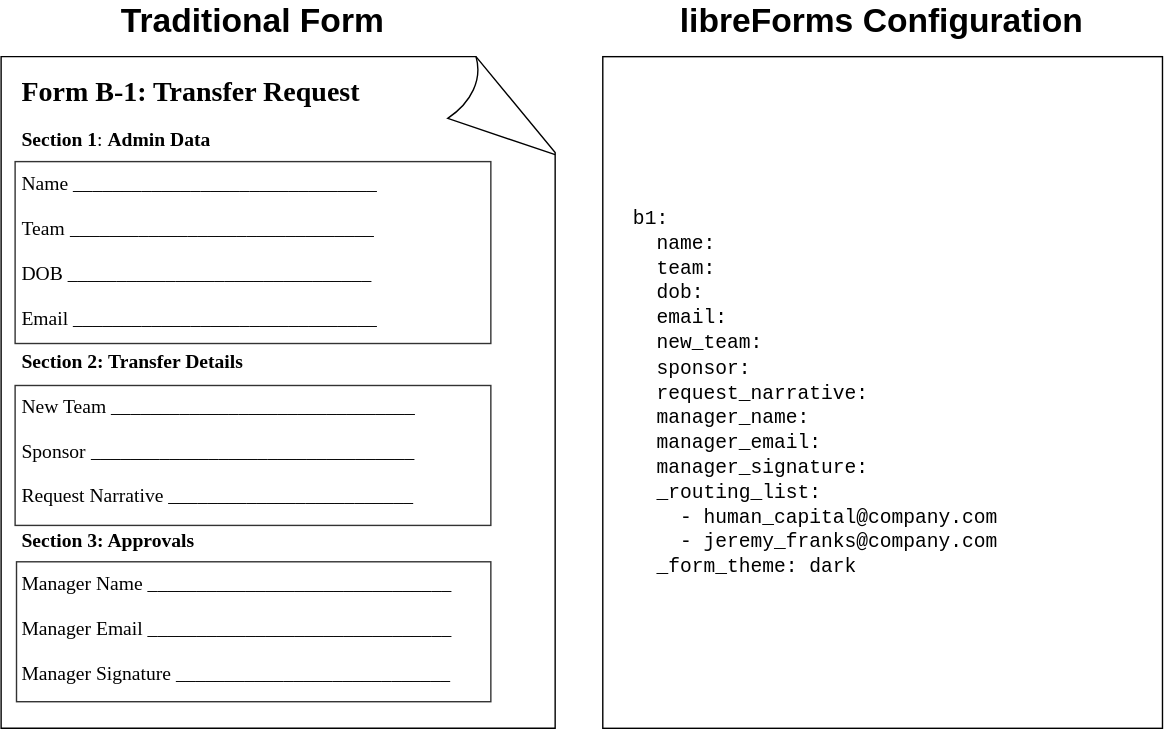
libreForms/spec keeps this draw.io diagram as assets/Example_form.drawio.svg. Above is the earlier version. Source tidied: cells renumbered, new cells last; positions are measured from the earlier drawing's top-left corner, leaving out a move shared by most shapes.
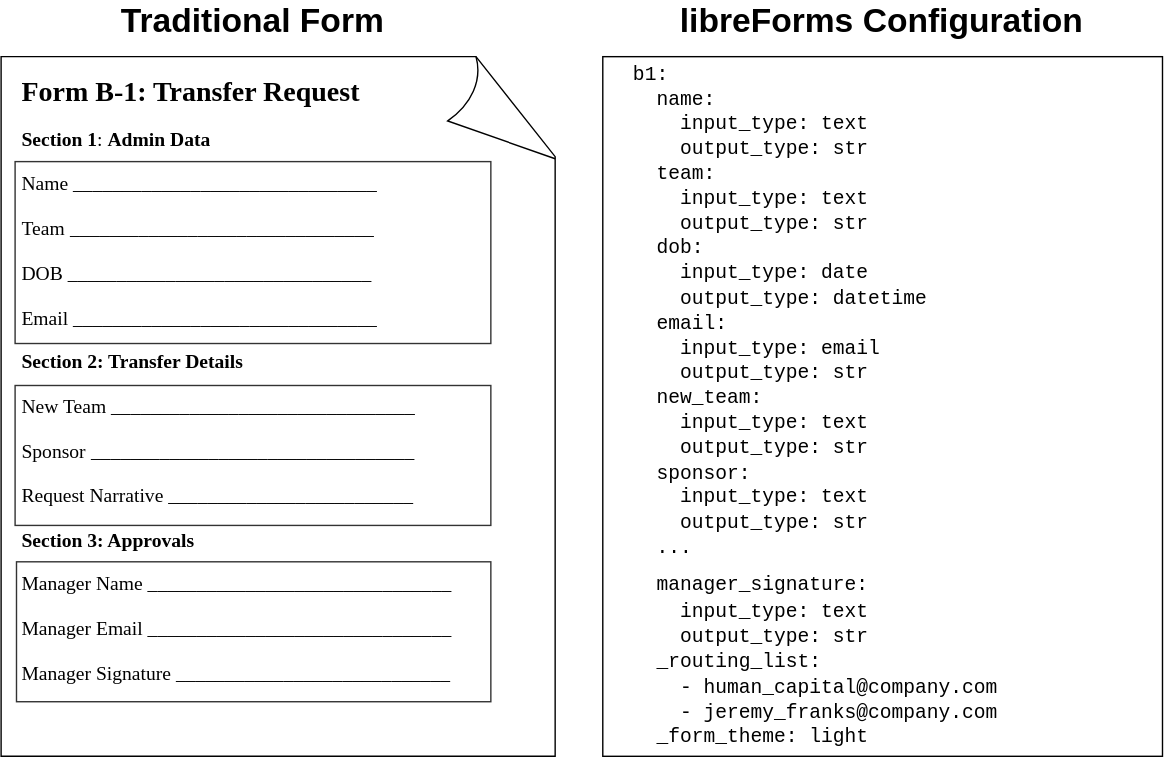
After the commit.

Change to the diagram source:
```diff
@@ -3,10 +3,10 @@
     <mxCell id="0" />
     <mxCell id="1" parent="0" />
     <mxCell id="2" style="rounded=0;whiteSpace=wrap;html=1;fillColor=default;labelBackgroundColor=#FFFFFF;" parent="1" vertex="1">
-      <mxGeometry x="430" y="40" width="400" height="480" as="geometry" />
+      <mxGeometry x="430" y="40" width="400" height="500" as="geometry" />
     </mxCell>
     <mxCell id="3" style="whiteSpace=wrap;html=1;shape=mxgraph.basic.document;fillColor=default;labelBackgroundColor=#FFFFFF;" parent="1" vertex="1">
-      <mxGeometry y="40" width="400" height="480" as="geometry" />
+      <mxGeometry y="40" width="400" height="500" as="geometry" />
     </mxCell>
     <mxCell id="4" value="&lt;h1 style=&quot;font-size: 20px;&quot;&gt;&lt;font style=&quot;font-size: 20px;&quot; face=&quot;Times New Roman&quot;&gt;Form B-1: Transfer Request &lt;/font&gt;&lt;br&gt;&lt;/h1&gt;&lt;p style=&quot;font-size: 14px;&quot;&gt;&lt;font style=&quot;font-size: 14px;&quot; face=&quot;Times New Roman&quot;&gt;&lt;b&gt;Section 1&lt;/b&gt;: &lt;b&gt;Admin Data&lt;/b&gt;&lt;br&gt;&lt;/font&gt;&lt;/p&gt;&lt;p style=&quot;font-size: 14px;&quot;&gt;&lt;font style=&quot;font-size: 14px;&quot; face=&quot;Times New Roman&quot;&gt;Name _______________________________&lt;br&gt;&lt;/font&gt;&lt;/p&gt;&lt;p style=&quot;font-size: 14px;&quot;&gt;&lt;font face=&quot;Times New Roman&quot;&gt;Team&lt;/font&gt; &lt;font style=&quot;font-size: 14px;&quot; face=&quot;Times New Roman&quot;&gt;_______________________________&lt;/font&gt;&lt;/p&gt;&lt;p style=&quot;font-size: 14px;&quot;&gt;&lt;font style=&quot;font-size: 14px;&quot; face=&quot;Times New Roman&quot;&gt;DOB &lt;/font&gt;&lt;font style=&quot;font-size: 14px;&quot; face=&quot;Times New Roman&quot;&gt;_______________________________&lt;/font&gt;&lt;/p&gt;&lt;p style=&quot;font-size: 14px;&quot;&gt;&lt;font style=&quot;font-size: 14px;&quot; face=&quot;Times New Roman&quot;&gt;Email &lt;/font&gt;&lt;font style=&quot;font-size: 14px;&quot; face=&quot;Times New Roman&quot;&gt;_______________________________&lt;/font&gt;&lt;/p&gt;&lt;p style=&quot;font-size: 14px;&quot;&gt;&lt;b&gt;&lt;font style=&quot;font-size: 14px;&quot; face=&quot;Times New Roman&quot;&gt;Section 2: Transfer Details&lt;/font&gt;&lt;/b&gt;&lt;/p&gt;&lt;p style=&quot;font-size: 14px;&quot;&gt;&lt;font style=&quot;font-size: 14px;&quot; face=&quot;Times New Roman&quot;&gt;New Team &lt;/font&gt;&lt;font style=&quot;font-size: 14px;&quot; face=&quot;Times New Roman&quot;&gt;&lt;/font&gt;&lt;font style=&quot;font-size: 14px;&quot; face=&quot;Times New Roman&quot;&gt;_______________________________&lt;/font&gt;&lt;/p&gt;&lt;p style=&quot;font-size: 14px;&quot;&gt;&lt;font style=&quot;font-size: 14px;&quot; face=&quot;Times New Roman&quot;&gt;Sponsor&lt;/font&gt; &lt;font style=&quot;font-size: 14px;&quot; face=&quot;Times New Roman&quot;&gt;_________________________________&lt;/font&gt;&lt;/p&gt;&lt;p style=&quot;font-size: 14px;&quot;&gt;&lt;font style=&quot;font-size: 14px;&quot; face=&quot;Times New Roman&quot;&gt;Request Narrative &lt;/font&gt;&lt;font style=&quot;font-size: 14px;&quot; face=&quot;Times New Roman&quot;&gt;_________________________&lt;/font&gt;&lt;/p&gt;&lt;p style=&quot;font-size: 14px;&quot;&gt;&lt;b&gt;&lt;font style=&quot;font-size: 14px;&quot; face=&quot;Times New Roman&quot;&gt;Section 3: Approvals&lt;/font&gt;&lt;/b&gt;&lt;/p&gt;&lt;p style=&quot;font-size: 14px;&quot;&gt;&lt;font style=&quot;font-size: 14px;&quot; face=&quot;Times New Roman&quot;&gt;Manager Name &lt;/font&gt;&lt;font style=&quot;font-size: 14px;&quot; face=&quot;Times New Roman&quot;&gt;_______________________________&lt;/font&gt;&lt;/p&gt;&lt;p style=&quot;font-size: 14px;&quot;&gt;&lt;font style=&quot;font-size: 14px;&quot; face=&quot;Times New Roman&quot;&gt;Manager Email &lt;/font&gt;&lt;font style=&quot;font-size: 14px;&quot; face=&quot;Times New Roman&quot;&gt;_______________________________&lt;/font&gt;&lt;/p&gt;&lt;p style=&quot;font-size: 14px;&quot;&gt;&lt;font style=&quot;font-size: 14px;&quot; face=&quot;Times New Roman&quot;&gt;Manager Signature &lt;/font&gt;&lt;font style=&quot;font-size: 14px;&quot; face=&quot;Times New Roman&quot;&gt;____________________________&lt;/font&gt;&lt;/p&gt;&lt;p style=&quot;font-size: 14px;&quot;&gt;&lt;font style=&quot;font-size: 14px;&quot; face=&quot;Times New Roman&quot;&gt;&lt;br&gt;&lt;/font&gt;&lt;/p&gt;&lt;p style=&quot;font-size: 14px;&quot;&gt;&lt;font style=&quot;font-size: 14px;&quot; face=&quot;Times New Roman&quot;&gt;ipsum dolor sit amet, consectetur adipisicing elit, sed do eiusmod tempor incididunt ut labore et dolore magna aliqua.&lt;/font&gt;&lt;/p&gt;" style="text;html=1;strokeColor=none;fillColor=none;spacing=5;spacingTop=-20;whiteSpace=wrap;overflow=hidden;rounded=0;" parent="1" vertex="1">
       <mxGeometry x="10" y="50" width="360" height="470" as="geometry" />
@@ -26,8 +26,8 @@
     <mxCell id="9" value="&lt;font style=&quot;font-size: 24px;&quot; face=&quot;Helvetica&quot;&gt;&lt;b&gt;libreForms Configuration&lt;/b&gt;&lt;/font&gt;" style="text;html=1;strokeColor=none;fillColor=none;align=center;verticalAlign=middle;whiteSpace=wrap;rounded=0;fontFamily=Times New Roman;fontSize=14;" parent="1" vertex="1">
       <mxGeometry x="477.5" width="305" height="30" as="geometry" />
     </mxCell>
-    <mxCell id="10" value="&lt;div style=&quot;font-size: 14px;&quot; align=&quot;left&quot;&gt;&lt;font style=&quot;font-size: 14px;&quot; face=&quot;Courier New&quot;&gt;b1:&lt;/font&gt;&lt;/div&gt;&lt;div style=&quot;font-size: 14px;&quot; align=&quot;left&quot;&gt;&lt;font style=&quot;font-size: 14px;&quot; face=&quot;Courier New&quot;&gt;&amp;nbsp; name:&lt;/font&gt;&lt;/div&gt;&lt;div style=&quot;font-size: 14px;&quot; align=&quot;left&quot;&gt;&lt;font style=&quot;font-size: 14px;&quot; face=&quot;Courier New&quot;&gt;&amp;nbsp; team:&lt;/font&gt;&lt;/div&gt;&lt;div style=&quot;font-size: 14px;&quot; align=&quot;left&quot;&gt;&lt;font style=&quot;font-size: 14px;&quot; face=&quot;Courier New&quot;&gt;&amp;nbsp; dob:&lt;/font&gt;&lt;/div&gt;&lt;div style=&quot;font-size: 14px;&quot; align=&quot;left&quot;&gt;&lt;font style=&quot;font-size: 14px;&quot; face=&quot;Courier New&quot;&gt;&amp;nbsp; email:&lt;/font&gt;&lt;/div&gt;&lt;div style=&quot;font-size: 14px;&quot; align=&quot;left&quot;&gt;&lt;font style=&quot;font-size: 14px;&quot; face=&quot;Courier New&quot;&gt;&amp;nbsp; new_team:&lt;/font&gt;&lt;/div&gt;&lt;div style=&quot;font-size: 14px;&quot; align=&quot;left&quot;&gt;&lt;font style=&quot;font-size: 14px;&quot; face=&quot;Courier New&quot;&gt;&amp;nbsp; sponsor:&lt;br&gt;&lt;/font&gt;&lt;/div&gt;&lt;div style=&quot;font-size: 14px;&quot; align=&quot;left&quot;&gt;&lt;font style=&quot;font-size: 14px;&quot; face=&quot;Courier New&quot;&gt;&amp;nbsp; request_narrative:&lt;/font&gt;&lt;/div&gt;&lt;div style=&quot;font-size: 14px;&quot; align=&quot;left&quot;&gt;&lt;font style=&quot;font-size: 14px;&quot; face=&quot;Courier New&quot;&gt;&amp;nbsp; manager_name:&lt;/font&gt;&lt;/div&gt;&lt;div style=&quot;font-size: 14px;&quot; align=&quot;left&quot;&gt;&lt;font style=&quot;font-size: 14px;&quot; face=&quot;Courier New&quot;&gt;&amp;nbsp; manager_email:&lt;/font&gt;&lt;/div&gt;&lt;div style=&quot;font-size: 14px;&quot; align=&quot;left&quot;&gt;&lt;font style=&quot;font-size: 14px;&quot; face=&quot;Courier New&quot;&gt;&amp;nbsp; manager_signature:&lt;/font&gt;&lt;/div&gt;&lt;div style=&quot;font-size: 14px;&quot; align=&quot;left&quot;&gt;&lt;font style=&quot;font-size: 14px;&quot; face=&quot;Courier New&quot;&gt;&amp;nbsp; _routing_list: &lt;br&gt;&lt;/font&gt;&lt;/div&gt;&lt;div style=&quot;font-size: 14px;&quot; align=&quot;left&quot;&gt;&lt;font style=&quot;font-size: 14px;&quot; face=&quot;Courier New&quot;&gt;&amp;nbsp;&amp;nbsp;&amp;nbsp; - human_capital@company.com&lt;/font&gt;&lt;/div&gt;&lt;div style=&quot;font-size: 14px;&quot; align=&quot;left&quot;&gt;&lt;font style=&quot;font-size: 14px;&quot; face=&quot;Courier New&quot;&gt;&amp;nbsp;&amp;nbsp;&amp;nbsp; - jeremy_franks@company.com&lt;br&gt;&lt;/font&gt;&lt;/div&gt;&lt;div style=&quot;font-size: 14px;&quot; align=&quot;left&quot;&gt;&lt;font style=&quot;font-size: 14px;&quot; face=&quot;Courier New&quot;&gt;&amp;nbsp; _form_theme: dark&lt;br&gt;&lt;/font&gt;&lt;/div&gt;" style="text;html=1;strokeColor=none;fillColor=none;align=left;verticalAlign=middle;whiteSpace=wrap;rounded=0;fontFamily=Helvetica;fontSize=24;" parent="1" vertex="1">
-      <mxGeometry x="450" y="60" width="350" height="440" as="geometry" />
+    <mxCell id="10" value="&lt;div style=&quot;font-size: 14px;&quot; align=&quot;left&quot;&gt;&lt;font style=&quot;font-size: 14px;&quot; face=&quot;Courier New&quot;&gt;b1:&lt;/font&gt;&lt;/div&gt;&lt;div style=&quot;font-size: 14px;&quot; align=&quot;left&quot;&gt;&lt;font style=&quot;font-size: 14px;&quot; face=&quot;Courier New&quot;&gt;&amp;nbsp; name:&lt;/font&gt;&lt;/div&gt;&lt;div style=&quot;font-size: 14px;&quot; align=&quot;left&quot;&gt;&lt;font style=&quot;font-size: 14px;&quot; face=&quot;Courier New&quot;&gt;&amp;nbsp;&amp;nbsp;&amp;nbsp; input_type: text&lt;/font&gt;&lt;/div&gt;&lt;div style=&quot;font-size: 14px;&quot; align=&quot;left&quot;&gt;&lt;font style=&quot;font-size: 14px;&quot; face=&quot;Courier New&quot;&gt;&amp;nbsp;&amp;nbsp;&amp;nbsp; output_type: str&lt;br&gt;&lt;/font&gt;&lt;/div&gt;&lt;div style=&quot;font-size: 14px;&quot; align=&quot;left&quot;&gt;&lt;font style=&quot;font-size: 14px;&quot; face=&quot;Courier New&quot;&gt;&amp;nbsp; team:&lt;/font&gt;&lt;/div&gt;&lt;div style=&quot;font-size: 14px;&quot; align=&quot;left&quot;&gt;&lt;div style=&quot;font-size: 14px;&quot; align=&quot;left&quot;&gt;&lt;font style=&quot;font-size: 14px;&quot; face=&quot;Courier New&quot;&gt;&amp;nbsp;&amp;nbsp;&amp;nbsp; input_type: text&lt;/font&gt;&lt;/div&gt;&lt;div style=&quot;font-size: 14px;&quot; align=&quot;left&quot;&gt;&lt;font style=&quot;font-size: 14px;&quot; face=&quot;Courier New&quot;&gt;&amp;nbsp;&amp;nbsp;&amp;nbsp; output_type: str&lt;br&gt;&lt;/font&gt;&lt;/div&gt;&lt;/div&gt;&lt;div style=&quot;font-size: 14px;&quot; align=&quot;left&quot;&gt;&lt;font style=&quot;font-size: 14px;&quot; face=&quot;Courier New&quot;&gt;&amp;nbsp; dob:&lt;/font&gt;&lt;/div&gt;&lt;div style=&quot;font-size: 14px;&quot; align=&quot;left&quot;&gt;&lt;div style=&quot;font-size: 14px;&quot; align=&quot;left&quot;&gt;&lt;font style=&quot;font-size: 14px;&quot; face=&quot;Courier New&quot;&gt;&amp;nbsp;&amp;nbsp;&amp;nbsp; input_type: date&lt;br&gt;&lt;/font&gt;&lt;/div&gt;&lt;div style=&quot;font-size: 14px;&quot; align=&quot;left&quot;&gt;&lt;font style=&quot;font-size: 14px;&quot; face=&quot;Courier New&quot;&gt;&amp;nbsp;&amp;nbsp;&amp;nbsp; output_type: datetime&lt;br&gt;&lt;/font&gt;&lt;/div&gt;&lt;/div&gt;&lt;div style=&quot;font-size: 14px;&quot; align=&quot;left&quot;&gt;&lt;font style=&quot;font-size: 14px;&quot; face=&quot;Courier New&quot;&gt;&amp;nbsp; email:&lt;/font&gt;&lt;/div&gt;&lt;div style=&quot;font-size: 14px;&quot; align=&quot;left&quot;&gt;&lt;div style=&quot;font-size: 14px;&quot; align=&quot;left&quot;&gt;&lt;font style=&quot;font-size: 14px;&quot; face=&quot;Courier New&quot;&gt;&amp;nbsp;&amp;nbsp;&amp;nbsp; input_type: email&lt;br&gt;&lt;/font&gt;&lt;/div&gt;&lt;div style=&quot;font-size: 14px;&quot; align=&quot;left&quot;&gt;&lt;font style=&quot;font-size: 14px;&quot; face=&quot;Courier New&quot;&gt;&amp;nbsp;&amp;nbsp;&amp;nbsp; output_type: str&lt;br&gt;&lt;/font&gt;&lt;/div&gt;&lt;/div&gt;&lt;div style=&quot;font-size: 14px;&quot; align=&quot;left&quot;&gt;&lt;font style=&quot;font-size: 14px;&quot; face=&quot;Courier New&quot;&gt;&amp;nbsp; new_team:&lt;/font&gt;&lt;/div&gt;&lt;div style=&quot;font-size: 14px;&quot; align=&quot;left&quot;&gt;&lt;div style=&quot;font-size: 14px;&quot; align=&quot;left&quot;&gt;&lt;font style=&quot;font-size: 14px;&quot; face=&quot;Courier New&quot;&gt;&amp;nbsp;&amp;nbsp;&amp;nbsp; input_type: text&lt;/font&gt;&lt;/div&gt;&lt;div style=&quot;font-size: 14px;&quot; align=&quot;left&quot;&gt;&lt;font style=&quot;font-size: 14px;&quot; face=&quot;Courier New&quot;&gt;&amp;nbsp;&amp;nbsp;&amp;nbsp; output_type: str&lt;br&gt;&lt;/font&gt;&lt;/div&gt;&lt;/div&gt;&lt;div style=&quot;font-size: 14px;&quot; align=&quot;left&quot;&gt;&lt;font style=&quot;font-size: 14px;&quot; face=&quot;Courier New&quot;&gt;&amp;nbsp; sponsor:&lt;/font&gt;&lt;/div&gt;&lt;div style=&quot;font-size: 14px;&quot; align=&quot;left&quot;&gt;&lt;div style=&quot;font-size: 14px;&quot; align=&quot;left&quot;&gt;&lt;font style=&quot;font-size: 14px;&quot; face=&quot;Courier New&quot;&gt;&amp;nbsp;&amp;nbsp;&amp;nbsp; input_type: text&lt;/font&gt;&lt;/div&gt;&lt;div style=&quot;font-size: 14px;&quot; align=&quot;left&quot;&gt;&lt;font style=&quot;font-size: 14px;&quot; face=&quot;Courier New&quot;&gt;&amp;nbsp;&amp;nbsp;&amp;nbsp; output_type: str&lt;/font&gt;&lt;/div&gt;&lt;div style=&quot;font-size: 14px;&quot; align=&quot;left&quot;&gt;&lt;font style=&quot;font-size: 14px;&quot; face=&quot;Courier New&quot;&gt;&amp;nbsp; ...&lt;br&gt;&lt;/font&gt;&lt;/div&gt;&lt;/div&gt;&lt;font style=&quot;font-size: 14px;&quot; face=&quot;Courier New&quot;&gt;&amp;nbsp; manager_signature:&lt;/font&gt;&lt;div style=&quot;font-size: 14px;&quot; align=&quot;left&quot;&gt;&lt;div style=&quot;font-size: 14px;&quot; align=&quot;left&quot;&gt;&lt;font style=&quot;font-size: 14px;&quot; face=&quot;Courier New&quot;&gt;&amp;nbsp;&amp;nbsp;&amp;nbsp; input_type: text&lt;/font&gt;&lt;/div&gt;&lt;font style=&quot;font-size: 14px;&quot; face=&quot;Courier New&quot;&gt;&amp;nbsp;&amp;nbsp;&amp;nbsp; output_type: str&lt;/font&gt;&lt;/div&gt;&lt;div style=&quot;font-size: 14px;&quot; align=&quot;left&quot;&gt;&lt;font style=&quot;font-size: 14px;&quot; face=&quot;Courier New&quot;&gt;&amp;nbsp; _routing_list: &lt;br&gt;&lt;/font&gt;&lt;/div&gt;&lt;div style=&quot;font-size: 14px;&quot; align=&quot;left&quot;&gt;&lt;font style=&quot;font-size: 14px;&quot; face=&quot;Courier New&quot;&gt;&amp;nbsp;&amp;nbsp;&amp;nbsp; - human_capital@company.com&lt;/font&gt;&lt;/div&gt;&lt;div style=&quot;font-size: 14px;&quot; align=&quot;left&quot;&gt;&lt;font style=&quot;font-size: 14px;&quot; face=&quot;Courier New&quot;&gt;&amp;nbsp;&amp;nbsp;&amp;nbsp; - jeremy_franks@company.com&lt;br&gt;&lt;/font&gt;&lt;/div&gt;&lt;div style=&quot;font-size: 14px;&quot; align=&quot;left&quot;&gt;&lt;font style=&quot;font-size: 14px;&quot; face=&quot;Courier New&quot;&gt;&amp;nbsp; _form_theme: light&lt;br&gt;&lt;/font&gt;&lt;/div&gt;" style="text;html=1;strokeColor=none;fillColor=none;align=left;verticalAlign=middle;whiteSpace=wrap;rounded=0;fontFamily=Helvetica;fontSize=24;" parent="1" vertex="1">
+      <mxGeometry x="450" y="69" width="350" height="440" as="geometry" />
     </mxCell>
   </root>
 </mxGraphModel>
```
